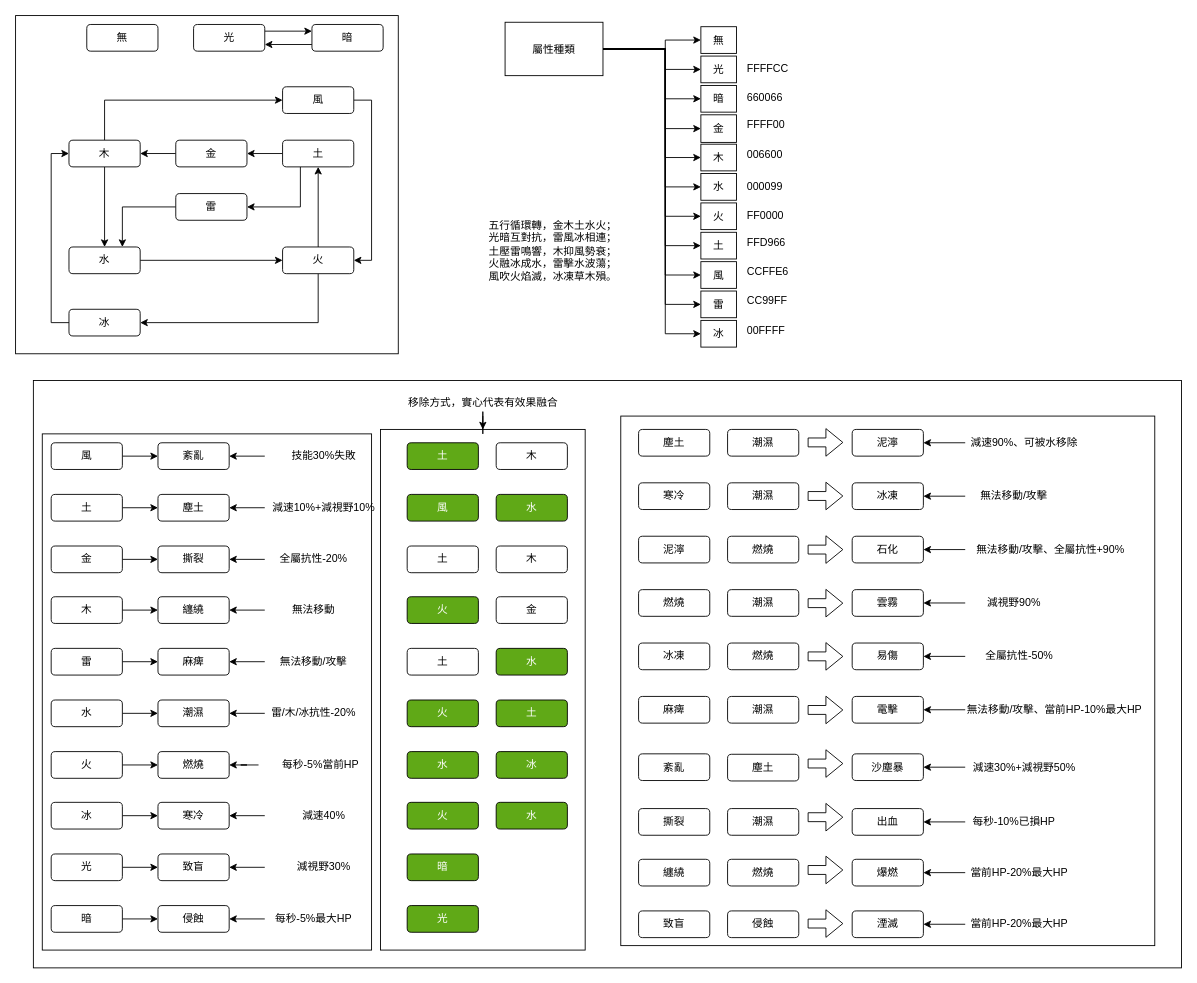
Above: page "屬性交互表" (3 of 5) of 計劃書.drawio in jui-pixel/aoop_2025_group12_Alchmey_RPG_game (draw.io), before the change. Source tidied: cells renumbered, new cells numbered last; positions are measured from the earlier drawing's top-left corner, leaving out a move shared by most shapes. Both pictures are drawn from the tidied source at 89%, with x=0, y=0 at pixel (15, 15).
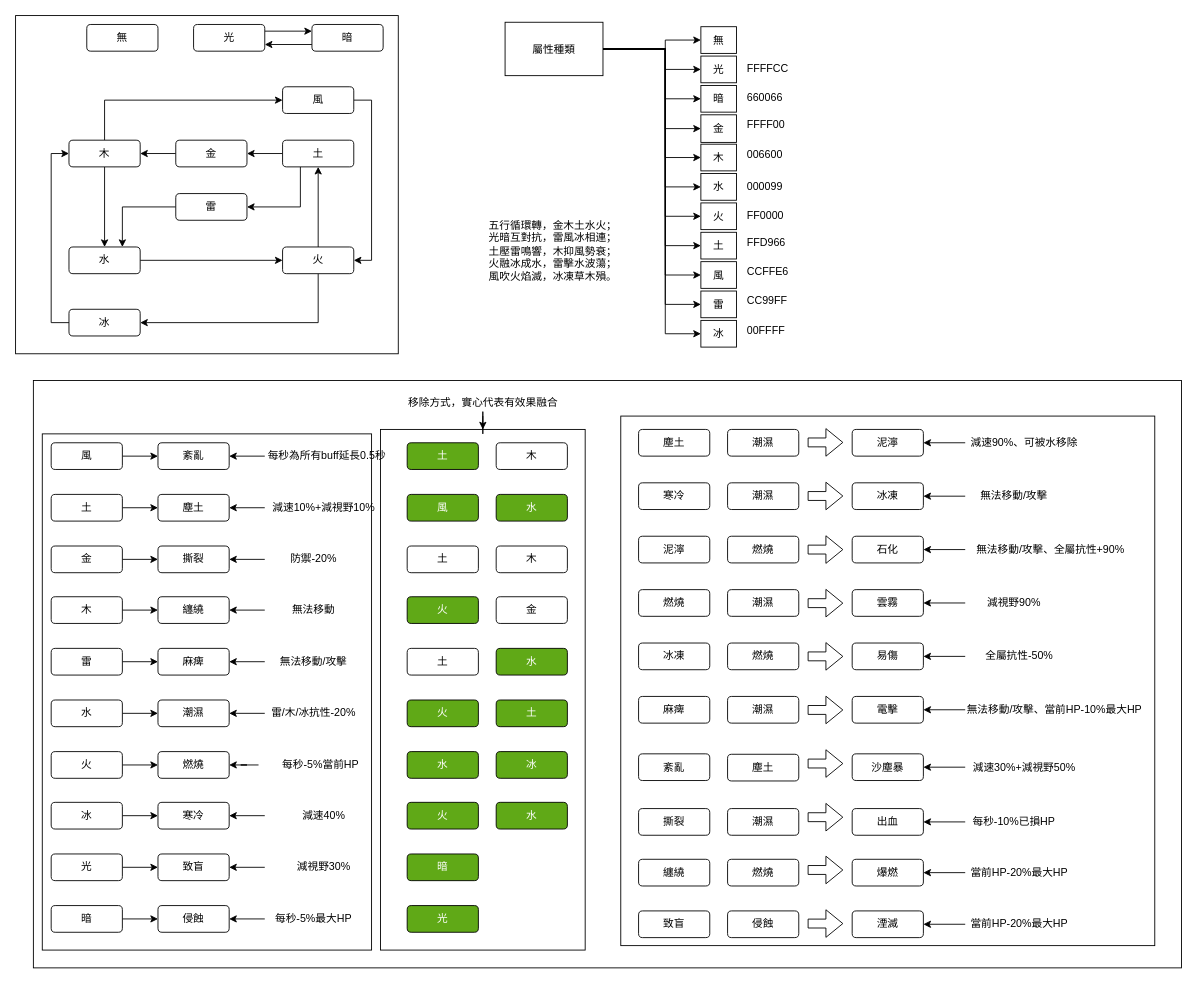
Above is the later version.

Unchanged cells that the change refers to:
```xml
<mxCell id="29" style="group;" parent="1" vertex="1">
  <mxGeometry x="20" y="410" width="1290" height="660" as="geometry" />
</mxCell>
```

The edit, as a diff of the source:
```diff
@@
-    <mxCell id="72" value="全屬抗性-20%" style="text;html=1;align=center;verticalAlign=middle;whiteSpace=wrap;rounded=0;" parent="29" vertex="1">
+    <mxCell id="72" value="防禦-20%" style="text;html=1;align=center;verticalAlign=middle;whiteSpace=wrap;rounded=0;" parent="29" vertex="1">
       <mxGeometry x="260" y="186" width="110" height="30" as="geometry" />
     </mxCell>
@@
-    <mxCell id="82" value="&lt;p style=&quot;white-space-collapse: preserve;&quot; dir=&quot;auto&quot;&gt;技能30%失敗&lt;/p&gt;" style="text;html=1;align=center;verticalAlign=middle;whiteSpace=wrap;rounded=0;" parent="29" vertex="1">
-      <mxGeometry x="260" y="70" width="133" height="30" as="geometry" />
+    <mxCell id="82" value="&lt;p style=&quot;white-space-collapse: preserve;&quot; dir=&quot;auto&quot;&gt;每秒為所有buff延長0.5秒&lt;/p&gt;" style="text;html=1;align=center;verticalAlign=middle;whiteSpace=wrap;rounded=0;" parent="29" vertex="1">
+      <mxGeometry x="260" y="70" width="140" height="30" as="geometry" />
     </mxCell>
```
